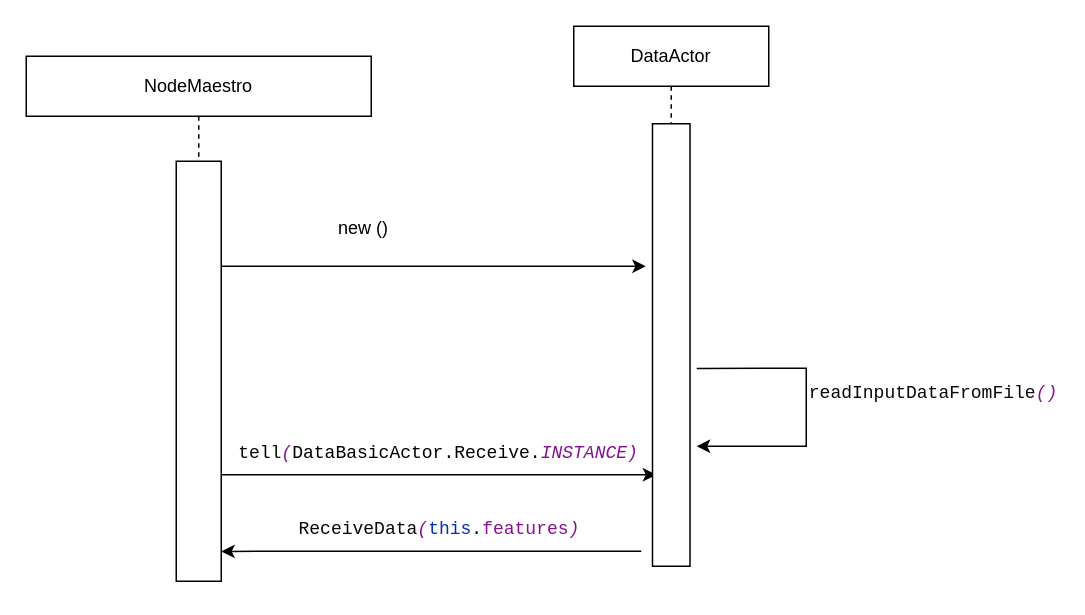
Above: page "Page-1" (1 of 2) of createDataActorAndRetrieveInputVector.drawio in vanelopethecoder/som-basic (draw.io), before the change. Source tidied: cells renumbered, new cells numbered last; positions are measured from the earlier drawing's top-left corner, leaving out a move shared by most shapes. Both pictures are drawn from the tidied source at 150%, with x=0, y=0 at pixel (26, 26).
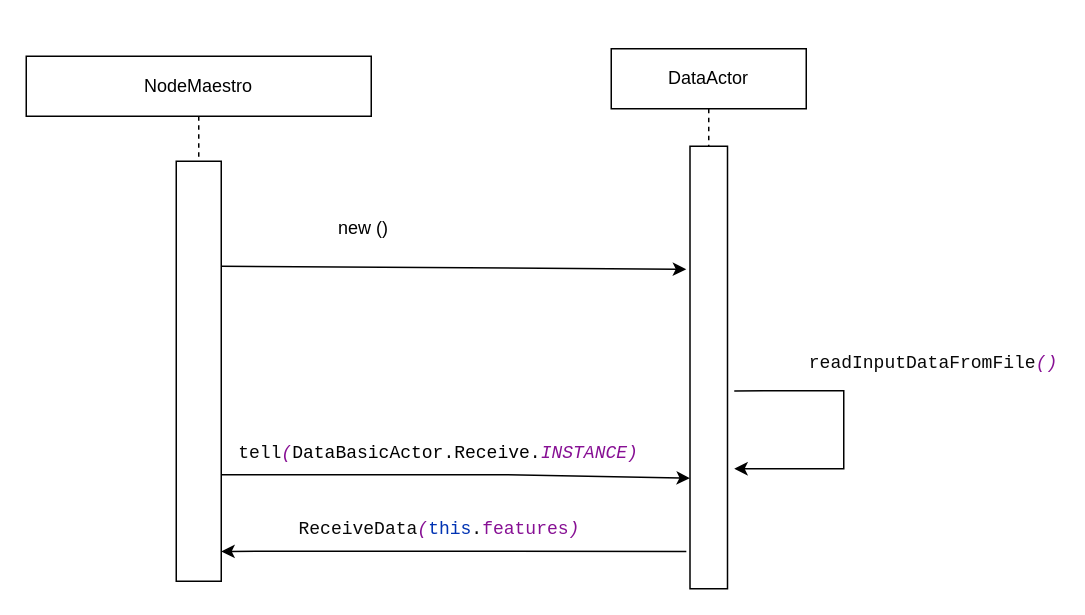
The same diagram, later.

The change refers to these unchanged cells:
```xml
<mxCell id="2" value="NodeMaestro" style="shape=umlLifeline;perimeter=lifelinePerimeter;whiteSpace=wrap;html=1;" parent="1" vertex="1">
  <mxGeometry y="20" width="230" height="350" as="geometry" />
</mxCell>
<mxCell id="3" style="rounded=0;whiteSpace=wrap;html=1;" parent="2" vertex="1">
  <mxGeometry x="100" y="70" width="30" height="280" as="geometry" />
</mxCell>
<mxCell id="10" style="rounded=0;whiteSpace=wrap;html=1;" parent="9" vertex="1">
  <mxGeometry x="52.5" y="65" width="25" height="295" as="geometry" />
</mxCell>
```

Diff of the diagram source:
```diff
@@
-    <mxCell id="4" style="endArrow=classic;html=1;rounded=0;" parent="2" edge="1">
+    <mxCell id="4" style="endArrow=classic;html=1;rounded=0;entryX=0;entryY=0.75;entryDx=0;entryDy=0;" parent="2" edge="1" target="10">
       <mxGeometry relative="1" as="geometry">
         <mxPoint x="130" y="279" as="sourcePoint" />
-        <mxPoint x="420" y="279" as="targetPoint" />
         <Array as="points">
           <mxPoint x="230" y="279" />
           <mxPoint x="320" y="279" />
         </Array>
       </mxGeometry>
     </mxCell>
@@
-    <mxCell id="6" style="endArrow=classic;html=1;rounded=0;exitX=1;exitY=0.25;exitDx=0;exitDy=0;entryX=-0.18;entryY=0.322;entryDx=0;entryDy=0;entryPerimeter=0;" parent="1" edge="1" source="3" target="10">
+    <mxCell id="6" style="endArrow=classic;html=1;rounded=0;exitX=1;exitY=0.25;exitDx=0;exitDy=0;entryX=-0.1;entryY=0.278;entryDx=0;entryDy=0;entryPerimeter=0;" parent="1" edge="1" source="3" target="10">
       <mxGeometry relative="1" as="geometry" />
     </mxCell>
     <mxCell id="7" value="&lt;pre style=&quot;background-color: #ffffff ; color: #080808 ; font-family: &amp;#34;jetbrains mono&amp;#34; , monospace ; font-size: 9 8pt&quot;&gt;readInputDataFromFile&lt;span style=&quot;color: #871094 ; font-style: italic&quot;&gt;()&lt;/span&gt;&lt;/pre&gt;" style="text;html=1;strokeColor=none;fillColor=none;align=center;verticalAlign=middle;whiteSpace=wrap;rounded=0;" parent="1" vertex="1">
-      <mxGeometry x="560" y="230" width="90" height="30" as="geometry" />
+      <mxGeometry x="560" y="210" width="90" height="30" as="geometry" />
     </mxCell>
-    <mxCell id="8" style="endArrow=classic;html=1;rounded=0;entryX=1;entryY=0.929;entryDx=0;entryDy=0;entryPerimeter=0;" parent="1" edge="1" target="3">
+    <mxCell id="8" style="endArrow=classic;html=1;rounded=0;entryX=1;entryY=0.929;entryDx=0;entryDy=0;entryPerimeter=0;exitX=0.385;exitY=0.931;exitDx=0;exitDy=0;exitPerimeter=0;" parent="1" edge="1" source="9" target="3">
       <mxGeometry relative="1" as="geometry">
-        <mxPoint x="410" y="350" as="sourcePoint" />
         <Array as="points">
           <mxPoint x="290" y="350" />
           <mxPoint x="250" y="350" />
           <mxPoint x="190" y="350" />
         </Array>
       </mxGeometry>
     </mxCell>
     <mxCell id="9" value="DataActor" style="shape=umlLifeline;perimeter=lifelinePerimeter;whiteSpace=wrap;html=1;outlineConnect=0;" parent="1" vertex="1">
-      <mxGeometry x="365" width="130" height="360" as="geometry" />
+      <mxGeometry x="390" y="15" width="130" height="360" as="geometry" />
     </mxCell>
```
